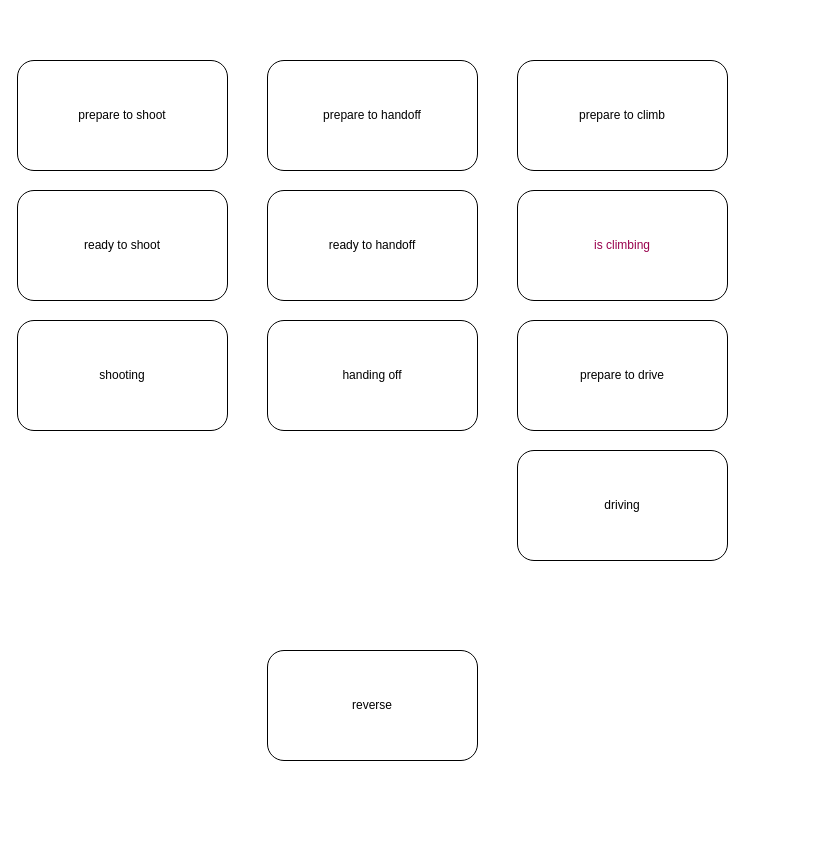
Above: RobotShooterStates.drawio in Miles-K/firstgame (draw.io), before the change. Source tidied: cells renumbered, new cells numbered last; positions are measured from the earlier drawing's top-left corner, leaving out a move shared by most shapes. Both pictures are drawn from the tidied source at 100%, with x=0, y=0 at pixel (17, 60).
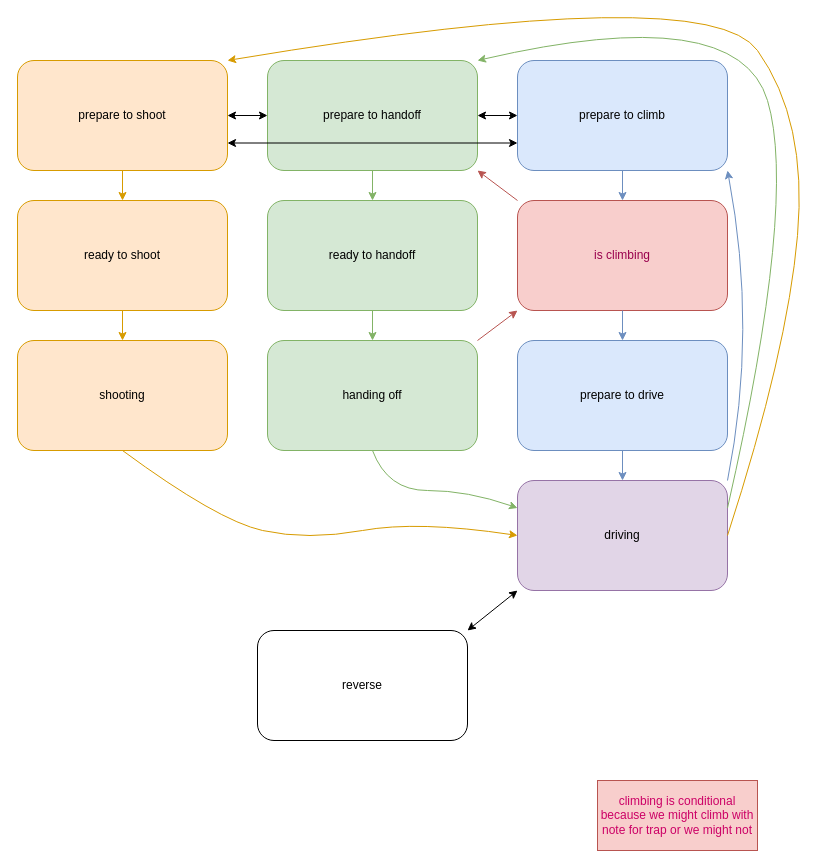
Above is the later version.

What changed in the source:
```diff
@@
-    <mxCell id="2" value="prepare to shoot" style="rounded=1;whiteSpace=wrap;html=1;" parent="1" vertex="1">
+    <mxCell id="2" value="prepare to shoot" style="rounded=1;whiteSpace=wrap;html=1;fillColor=#ffe6cc;strokeColor=#d79b00;" parent="1" vertex="1">
       <mxGeometry width="210" height="110" as="geometry" />
     </mxCell>
-    <mxCell id="3" value="ready to shoot" style="rounded=1;whiteSpace=wrap;html=1;" parent="1" vertex="1">
-      <mxGeometry y="130" width="210" height="110" as="geometry" />
+    <mxCell id="3" value="ready to shoot" style="rounded=1;whiteSpace=wrap;html=1;fillColor=#ffe6cc;strokeColor=#d79b00;" parent="1" vertex="1">
+      <mxGeometry y="140" width="210" height="110" as="geometry" />
     </mxCell>
-    <mxCell id="4" value="shooting" style="rounded=1;whiteSpace=wrap;html=1;" parent="1" vertex="1">
-      <mxGeometry y="260" width="210" height="110" as="geometry" />
+    <mxCell id="4" value="shooting" style="rounded=1;whiteSpace=wrap;html=1;fillColor=#ffe6cc;strokeColor=#d79b00;" parent="1" vertex="1">
+      <mxGeometry y="280" width="210" height="110" as="geometry" />
     </mxCell>
-    <mxCell id="5" value="prepare to handoff" style="rounded=1;whiteSpace=wrap;html=1;" parent="1" vertex="1">
+    <mxCell id="5" value="prepare to handoff" style="rounded=1;whiteSpace=wrap;html=1;fillColor=#d5e8d4;strokeColor=#82b366;" parent="1" vertex="1">
       <mxGeometry x="250" width="210" height="110" as="geometry" />
     </mxCell>
-    <mxCell id="6" value="ready to handoff" style="rounded=1;whiteSpace=wrap;html=1;" parent="1" vertex="1">
-      <mxGeometry x="250" y="130" width="210" height="110" as="geometry" />
+    <mxCell id="6" value="ready to handoff" style="rounded=1;whiteSpace=wrap;html=1;fillColor=#d5e8d4;strokeColor=#82b366;" parent="1" vertex="1">
+      <mxGeometry x="250" y="140" width="210" height="110" as="geometry" />
     </mxCell>
-    <mxCell id="7" value="handing off" style="rounded=1;whiteSpace=wrap;html=1;" parent="1" vertex="1">
-      <mxGeometry x="250" y="260" width="210" height="110" as="geometry" />
+    <mxCell id="7" value="handing off" style="rounded=1;whiteSpace=wrap;html=1;fillColor=#d5e8d4;strokeColor=#82b366;" parent="1" vertex="1">
+      <mxGeometry x="250" y="280" width="210" height="110" as="geometry" />
     </mxCell>
-    <mxCell id="8" value="prepare to climb" style="rounded=1;whiteSpace=wrap;html=1;" parent="1" vertex="1">
+    <mxCell id="8" value="prepare to climb" style="rounded=1;whiteSpace=wrap;html=1;fillColor=#dae8fc;strokeColor=#6c8ebf;" parent="1" vertex="1">
       <mxGeometry x="500" width="210" height="110" as="geometry" />
     </mxCell>
-    <mxCell id="9" value="&lt;font color=&quot;#99004d&quot;&gt;is climbing&lt;/font&gt;" style="rounded=1;whiteSpace=wrap;html=1;" parent="1" vertex="1">
-      <mxGeometry x="500" y="130" width="210" height="110" as="geometry" />
+    <mxCell id="9" value="&lt;font color=&quot;#99004d&quot;&gt;is climbing&lt;/font&gt;" style="rounded=1;whiteSpace=wrap;html=1;fillColor=#f8cecc;strokeColor=#b85450;" parent="1" vertex="1">
+      <mxGeometry x="500" y="140" width="210" height="110" as="geometry" />
     </mxCell>
-    <mxCell id="10" value="prepare to drive" style="rounded=1;whiteSpace=wrap;html=1;" parent="1" vertex="1">
-      <mxGeometry x="500" y="260" width="210" height="110" as="geometry" />
+    <mxCell id="10" value="prepare to drive" style="rounded=1;whiteSpace=wrap;html=1;fillColor=#dae8fc;strokeColor=#6c8ebf;" parent="1" vertex="1">
+      <mxGeometry x="500" y="280" width="210" height="110" as="geometry" />
     </mxCell>
-    <mxCell id="11" value="driving" style="rounded=1;whiteSpace=wrap;html=1;" parent="1" vertex="1">
-      <mxGeometry x="500" y="390" width="210" height="110" as="geometry" />
+    <mxCell id="11" value="driving" style="rounded=1;whiteSpace=wrap;html=1;fillColor=#e1d5e7;strokeColor=#9673a6;" parent="1" vertex="1">
+      <mxGeometry x="500" y="420" width="210" height="110" as="geometry" />
     </mxCell>
     <mxCell id="12" value="reverse" style="rounded=1;whiteSpace=wrap;html=1;" parent="1" vertex="1">
-      <mxGeometry x="250" y="590" width="210" height="110" as="geometry" />
+      <mxGeometry x="240" y="570" width="210" height="110" as="geometry" />
     </mxCell>
+    <mxCell id="13" style="endArrow=classic;html=1;rounded=0;exitX=0.5;exitY=1;exitDx=0;exitDy=0;entryX=0.5;entryY=0;entryDx=0;entryDy=0;fillColor=#ffe6cc;strokeColor=#d79b00;" parent="1" edge="1" source="2" target="3">
+      <mxGeometry relative="1" as="geometry" />
+    </mxCell>
+    <mxCell id="14" style="endArrow=classic;html=1;rounded=0;exitX=0.5;exitY=1;exitDx=0;exitDy=0;entryX=0.5;entryY=0;entryDx=0;entryDy=0;fillColor=#ffe6cc;strokeColor=#d79b00;" parent="1" edge="1" source="3" target="4">
+      <mxGeometry relative="1" as="geometry" />
+    </mxCell>
+    <mxCell id="15" style="curved=1;endArrow=classic;html=1;rounded=0;exitX=0.5;exitY=1;exitDx=0;exitDy=0;entryX=0;entryY=0.5;entryDx=0;entryDy=0;fillColor=#ffe6cc;strokeColor=#d79b00;" parent="1" edge="1" source="4" target="11">
+      <mxGeometry relative="1" as="geometry">
+        <Array as="points">
+          <mxPoint x="200" y="460" />
+          <mxPoint x="290" y="480" />
+          <mxPoint x="400" y="460" />
+        </Array>
+      </mxGeometry>
+    </mxCell>
+    <mxCell id="16" style="curved=1;endArrow=classic;html=1;rounded=0;exitX=0.5;exitY=1;exitDx=0;exitDy=0;entryX=0;entryY=0.25;entryDx=0;entryDy=0;fillColor=#d5e8d4;strokeColor=#82b366;" parent="1" edge="1" source="7" target="11">
+      <mxGeometry relative="1" as="geometry">
+        <Array as="points">
+          <mxPoint x="370" y="430" />
+          <mxPoint x="450" y="430" />
+        </Array>
+      </mxGeometry>
+    </mxCell>
+    <mxCell id="17" style="endArrow=classic;html=1;rounded=0;exitX=0.5;exitY=1;exitDx=0;exitDy=0;entryX=0.5;entryY=0;entryDx=0;entryDy=0;fillColor=#dae8fc;strokeColor=#6c8ebf;" parent="1" edge="1" source="10" target="11">
+      <mxGeometry relative="1" as="geometry" />
+    </mxCell>
+    <mxCell id="18" style="endArrow=classic;startArrow=classic;html=1;rounded=0;exitX=1;exitY=0;exitDx=0;exitDy=0;entryX=0;entryY=1;entryDx=0;entryDy=0;" parent="1" edge="1" source="12" target="11">
+      <mxGeometry relative="1" as="geometry" />
+    </mxCell>
+    <mxCell id="19" style="endArrow=classic;html=1;rounded=0;exitX=0.5;exitY=1;exitDx=0;exitDy=0;entryX=0.5;entryY=0;entryDx=0;entryDy=0;entryPerimeter=0;fillColor=#d5e8d4;strokeColor=#82b366;" parent="1" edge="1" source="5" target="6">
+      <mxGeometry relative="1" as="geometry" />
+    </mxCell>
+    <mxCell id="20" style="endArrow=classic;html=1;rounded=0;exitX=0.5;exitY=1;exitDx=0;exitDy=0;entryX=0.5;entryY=0;entryDx=0;entryDy=0;fillColor=#d5e8d4;strokeColor=#82b366;" parent="1" edge="1" source="6" target="7">
+      <mxGeometry relative="1" as="geometry" />
+    </mxCell>
+    <mxCell id="21" style="endArrow=classic;html=1;rounded=0;exitX=0.5;exitY=1;exitDx=0;exitDy=0;entryX=0.5;entryY=0;entryDx=0;entryDy=0;fillColor=#dae8fc;strokeColor=#6c8ebf;" parent="1" edge="1" source="8" target="9">
+      <mxGeometry relative="1" as="geometry" />
+    </mxCell>
+    <mxCell id="22" style="endArrow=classic;html=1;rounded=0;exitX=0.5;exitY=1;exitDx=0;exitDy=0;entryX=0.5;entryY=0;entryDx=0;entryDy=0;fillColor=#dae8fc;strokeColor=#6c8ebf;" parent="1" edge="1" source="9" target="10">
+      <mxGeometry relative="1" as="geometry" />
+    </mxCell>
+    <mxCell id="23" style="endArrow=classic;html=1;rounded=0;entryX=1;entryY=1;entryDx=0;entryDy=0;exitX=0;exitY=0;exitDx=0;exitDy=0;fillColor=#f8cecc;strokeColor=#b85450;" parent="1" edge="1" source="9" target="5">
+      <mxGeometry relative="1" as="geometry" />
+    </mxCell>
+    <mxCell id="24" style="endArrow=classic;html=1;rounded=0;exitX=1;exitY=0;exitDx=0;exitDy=0;entryX=0;entryY=1;entryDx=0;entryDy=0;fillColor=#f8cecc;strokeColor=#b85450;" parent="1" edge="1" source="7" target="9">
+      <mxGeometry relative="1" as="geometry" />
+    </mxCell>
+    <mxCell id="25" style="curved=1;endArrow=classic;html=1;rounded=0;exitX=1;exitY=0;exitDx=0;exitDy=0;entryX=1;entryY=1;entryDx=0;entryDy=0;fillColor=#dae8fc;strokeColor=#6c8ebf;" parent="1" edge="1" source="11" target="8">
+      <mxGeometry relative="1" as="geometry">
+        <Array as="points">
+          <mxPoint x="740" y="270" />
+        </Array>
+      </mxGeometry>
+    </mxCell>
+    <mxCell id="26" style="curved=1;endArrow=classic;html=1;rounded=0;entryX=1;entryY=0;entryDx=0;entryDy=0;exitX=1;exitY=0.25;exitDx=0;exitDy=0;fillColor=#d5e8d4;strokeColor=#82b366;" parent="1" edge="1" source="11" target="5">
+      <mxGeometry relative="1" as="geometry">
+        <Array as="points">
+          <mxPoint x="780" y="140" />
+          <mxPoint x="720" y="-60" />
+        </Array>
+      </mxGeometry>
+    </mxCell>
+    <mxCell id="27" style="curved=1;endArrow=classic;html=1;rounded=0;entryX=1;entryY=0;entryDx=0;entryDy=0;exitX=1;exitY=0.5;exitDx=0;exitDy=0;fillColor=#ffe6cc;strokeColor=#d79b00;" parent="1" edge="1" source="11" target="2">
+      <mxGeometry relative="1" as="geometry">
+        <Array as="points">
+          <mxPoint x="770" y="290" />
+          <mxPoint x="790" y="60" />
+          <mxPoint x="690" y="-80" />
+        </Array>
+      </mxGeometry>
+    </mxCell>
+    <mxCell id="28" style="endArrow=classic;startArrow=classic;html=1;rounded=0;exitX=1;exitY=0.5;exitDx=0;exitDy=0;entryX=0;entryY=0.5;entryDx=0;entryDy=0;" parent="1" edge="1" source="2" target="5">
+      <mxGeometry relative="1" as="geometry" />
+    </mxCell>
+    <mxCell id="29" style="endArrow=classic;startArrow=classic;html=1;rounded=0;exitX=1;exitY=0.5;exitDx=0;exitDy=0;entryX=0;entryY=0.5;entryDx=0;entryDy=0;" parent="1" edge="1" source="5" target="8">
+      <mxGeometry relative="1" as="geometry" />
+    </mxCell>
+    <mxCell id="30" style="endArrow=classic;startArrow=classic;html=1;rounded=0;exitX=1;exitY=0.75;exitDx=0;exitDy=0;entryX=0;entryY=0.75;entryDx=0;entryDy=0;" parent="1" edge="1" source="2" target="8">
+      <mxGeometry relative="1" as="geometry" />
+    </mxCell>
+    <mxCell id="31" value="&lt;font color=&quot;#cc0066&quot;&gt;climbing is conditional because we might climb with note for trap or we might not&lt;br&gt;&lt;/font&gt;" style="rounded=0;whiteSpace=wrap;html=1;fillColor=#f8cecc;strokeColor=#b85450;" parent="1" vertex="1">
+      <mxGeometry x="580" y="720" width="160" height="70" as="geometry" />
+    </mxCell>
```
